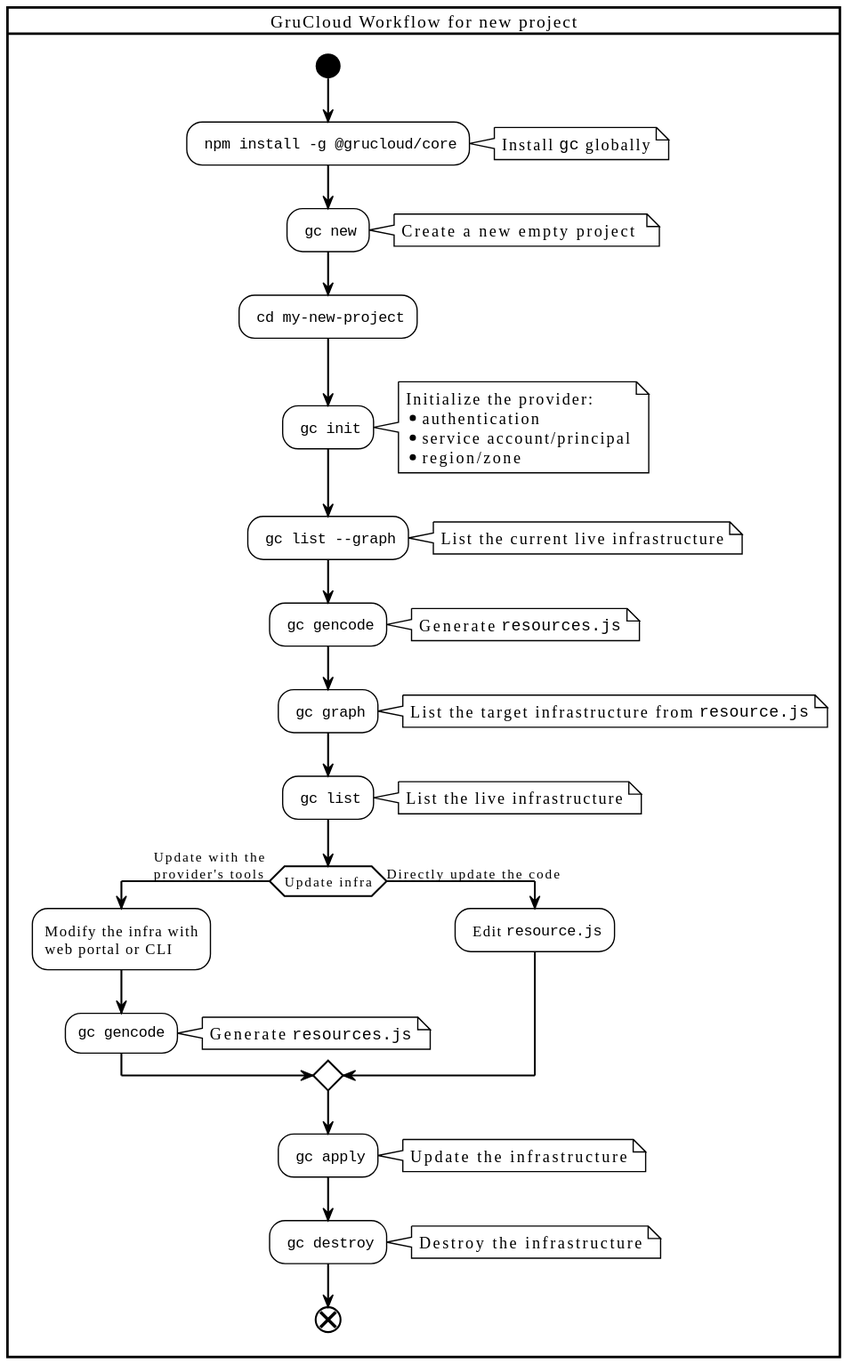
Above: docusaurus/plantuml/gc-new-workflow.svg in grucloud/grucloud (PlantUML), before the change.
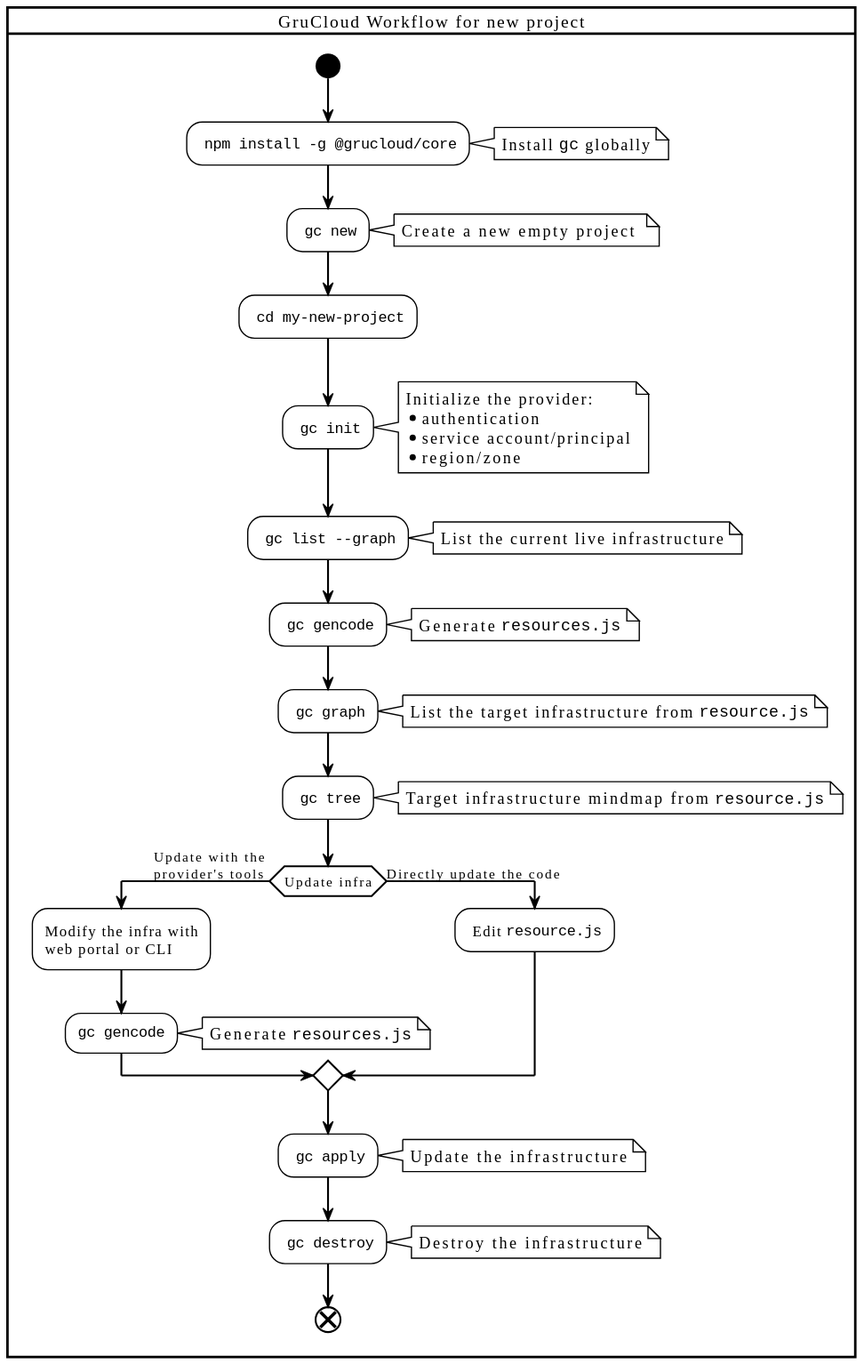
The same diagram one commit later.

Diff of the diagram source:
```diff
@@ -36,9 +36,9 @@
 List the target infrastructure from ""resource.js""
 end note
 
-: ""gc list"";
+: ""gc tree"";
 note right
-List the live infrastructure
+Target infrastructure mindmap from ""resource.js""
 end note
 if (Update infra) then (Update with the \nprovider's tools)
   :Modify the infra with\nweb portal or CLI;
```
